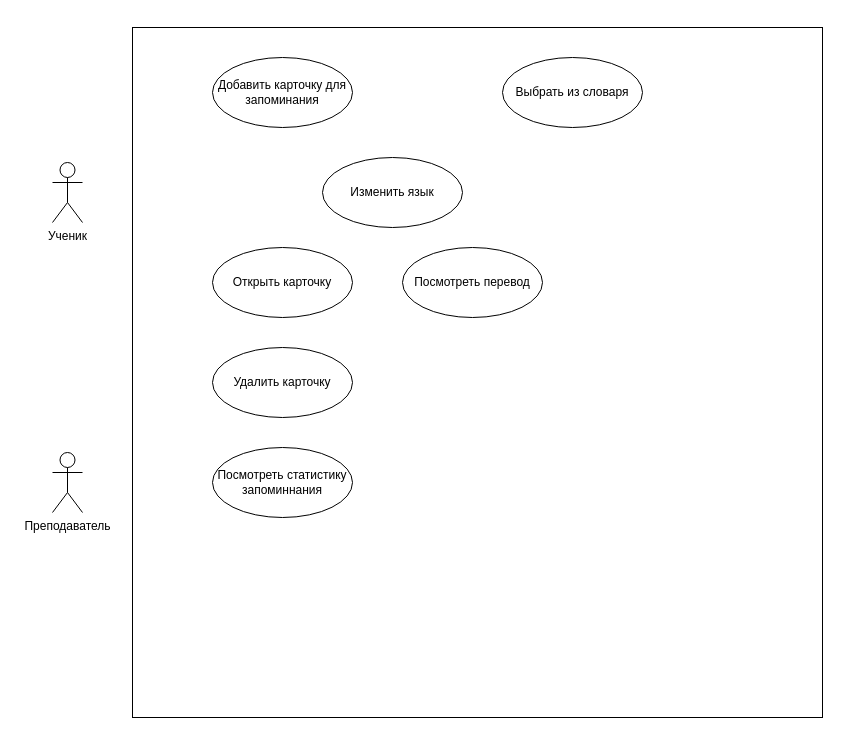
This is ДP_2.drawio from AsyaAleksandrova/Analytic, a draw.io file, before an edit. Source tidied: cells renumbered, new cells numbered last; positions are measured from the earlier drawing's top-left corner, leaving out a move shared by most shapes. Both pictures are drawn from the tidied source at 100%, with x=0, y=0 at pixel (52, 27).
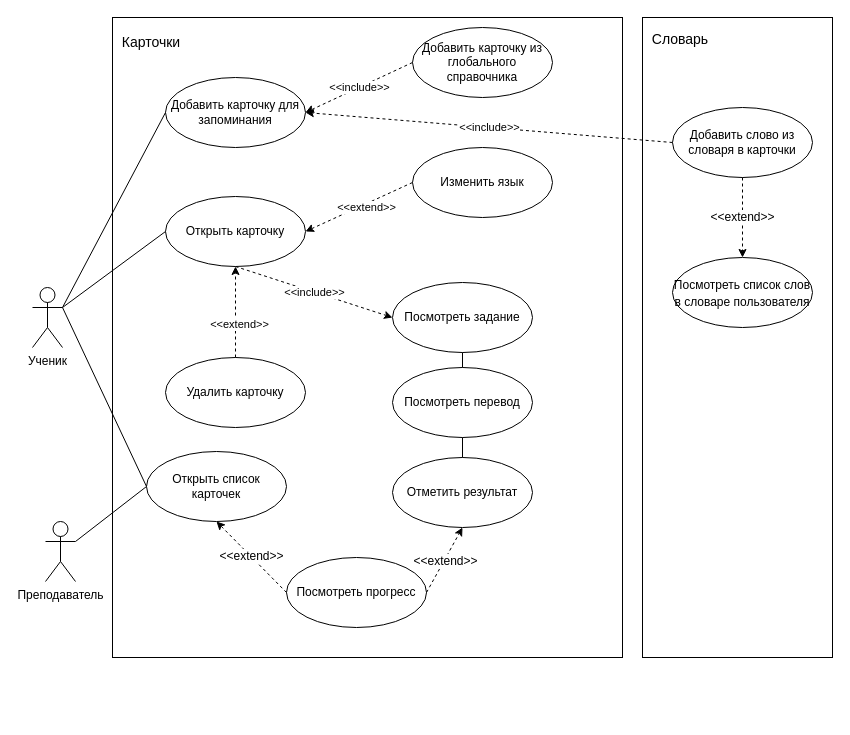
Above is the later version.

Diff of the diagram source:
```diff
@@
-    <mxCell id="2" style="whiteSpace=wrap;html=1;" parent="1" vertex="1">
-      <mxGeometry x="80" width="690" height="690" as="geometry" />
-    </mxCell>
+    <mxCell id="12" value="&lt;p style=&quot;line-height: 1;&quot;&gt;&lt;font style=&quot;font-size: 14px;&quot;&gt;&amp;nbsp; Словарь&lt;br&gt;&lt;br&gt;&lt;br&gt;&lt;br&gt;&lt;br&gt;&lt;br&gt;&lt;/font&gt;&lt;br&gt;&lt;br&gt;&lt;br&gt;&lt;br&gt;&lt;br&gt;&lt;br&gt;&lt;br&gt;&lt;br&gt;&lt;br&gt;&lt;br&gt;&lt;br&gt;&lt;br&gt;&lt;br&gt;&lt;br&gt;&lt;br&gt;&lt;br&gt;&lt;br&gt;&lt;br&gt;&lt;br&gt;&lt;br&gt;&lt;br&gt;&lt;br&gt;&lt;br&gt;&lt;br&gt;&lt;br&gt;&lt;br&gt;&lt;br&gt;&lt;br&gt;&lt;br&gt;&lt;br&gt;&lt;br&gt;&lt;br&gt;&lt;br&gt;&lt;br&gt;&lt;br&gt;&lt;br&gt;&lt;br&gt;&lt;br&gt;&lt;br&gt;&lt;br&gt;&lt;br&gt;&lt;br&gt;&lt;br&gt;&lt;br&gt;&lt;/p&gt;" style="rounded=0;whiteSpace=wrap;html=1;align=left;" parent="1" vertex="1">
+      <mxGeometry x="590" y="-10" width="190" height="640" as="geometry" />
+    </mxCell>
+    <mxCell id="13" value="&lt;div style=&quot;&quot;&gt;&lt;span style=&quot;font-size: 14px; background-color: initial;&quot;&gt;&amp;nbsp; Карточки&lt;/span&gt;&lt;/div&gt;&lt;br&gt;&lt;br&gt;&lt;br&gt;&lt;br&gt;&lt;br&gt;&lt;br&gt;&lt;br&gt;&lt;br&gt;&lt;br&gt;&lt;br&gt;&lt;br&gt;&lt;br&gt;&lt;br&gt;&lt;br&gt;&lt;br&gt;&lt;br&gt;&lt;br&gt;&lt;br&gt;&lt;br&gt;&lt;br&gt;&lt;br&gt;&lt;br&gt;&lt;br&gt;&lt;br&gt;&lt;br&gt;&lt;br&gt;&lt;br&gt;&lt;br&gt;&lt;br&gt;&lt;br&gt;&lt;br&gt;&lt;br&gt;&lt;br&gt;&lt;br&gt;&lt;br&gt;&lt;br&gt;&lt;br&gt;&lt;br&gt;&lt;br&gt;&lt;br&gt;&lt;br&gt;" style="rounded=0;whiteSpace=wrap;html=1;align=left;" parent="1" vertex="1">
+      <mxGeometry x="60" y="-10" width="510" height="640" as="geometry" />
+    </mxCell>
     <mxCell id="3" value="Ученик" style="shape=umlActor;verticalLabelPosition=bottom;verticalAlign=top;html=1;" parent="1" vertex="1">
-      <mxGeometry y="135" width="30" height="60" as="geometry" />
+      <mxGeometry x="-20" y="260" width="30" height="60" as="geometry" />
     </mxCell>
     <mxCell id="4" value="Добавить карточку для запоминания" style="ellipse;whiteSpace=wrap;html=1;" parent="1" vertex="1">
-      <mxGeometry x="160" y="30" width="140" height="70" as="geometry" />
+      <mxGeometry x="113" y="50" width="140" height="70" as="geometry" />
     </mxCell>
     <mxCell id="5" value="Открыть карточку" style="ellipse;whiteSpace=wrap;html=1;" parent="1" vertex="1">
-      <mxGeometry x="160" y="220" width="140" height="70" as="geometry" />
+      <mxGeometry x="113" y="169" width="140" height="70" as="geometry" />
     </mxCell>
     <mxCell id="6" value="Посмотреть перевод" style="ellipse;whiteSpace=wrap;html=1;" parent="1" vertex="1">
-      <mxGeometry x="350" y="220" width="140" height="70" as="geometry" />
+      <mxGeometry x="340" y="340" width="140" height="70" as="geometry" />
     </mxCell>
     <mxCell id="7" value="Изменить язык" style="ellipse;whiteSpace=wrap;html=1;" parent="1" vertex="1">
-      <mxGeometry x="270" y="130" width="140" height="70" as="geometry" />
+      <mxGeometry x="360" y="120" width="140" height="70" as="geometry" />
     </mxCell>
-    <mxCell id="8" value="Выбрать из словаря" style="ellipse;whiteSpace=wrap;html=1;" parent="1" vertex="1">
-      <mxGeometry x="450" y="30" width="140" height="70" as="geometry" />
+    <mxCell id="8" value="Добавить слово из словаря в карточки" style="ellipse;whiteSpace=wrap;html=1;" parent="1" vertex="1">
+      <mxGeometry x="620" y="80" width="140" height="70" as="geometry" />
     </mxCell>
     <mxCell id="9" value="Удалить карточку" style="ellipse;whiteSpace=wrap;html=1;" parent="1" vertex="1">
-      <mxGeometry x="160" y="320" width="140" height="70" as="geometry" />
+      <mxGeometry x="113" y="330" width="140" height="70" as="geometry" />
     </mxCell>
-    <mxCell id="10" value="Посмотреть статистику запоминнания" style="ellipse;whiteSpace=wrap;html=1;" parent="1" vertex="1">
-      <mxGeometry x="160" y="420" width="140" height="70" as="geometry" />
+    <mxCell id="10" value="Посмотреть прогресс" style="ellipse;whiteSpace=wrap;html=1;" parent="1" vertex="1">
+      <mxGeometry x="234" y="530" width="140" height="70" as="geometry" />
     </mxCell>
     <mxCell id="11" value="Преподаватель" style="shape=umlActor;verticalLabelPosition=bottom;verticalAlign=top;html=1;" parent="1" vertex="1">
-      <mxGeometry y="425" width="30" height="60" as="geometry" />
+      <mxGeometry x="-7" y="494" width="30" height="60" as="geometry" />
     </mxCell>
+    <mxCell id="14" style="endArrow=none;html=1;rounded=0;entryX=0;entryY=0.5;entryDx=0;entryDy=0;exitX=1;exitY=0.3333333333333333;exitDx=0;exitDy=0;exitPerimeter=0;" parent="1" edge="1" source="3" target="4">
+      <mxGeometry relative="1" as="geometry" />
+    </mxCell>
+    <mxCell id="15" style="endArrow=none;html=1;rounded=0;entryX=1;entryY=0.3333333333333333;entryDx=0;entryDy=0;entryPerimeter=0;exitX=0;exitY=0.5;exitDx=0;exitDy=0;" parent="1" edge="1" source="5" target="3">
+      <mxGeometry relative="1" as="geometry" />
+    </mxCell>
+    <mxCell id="16" style="endArrow=none;html=1;rounded=0;exitX=1;exitY=0.3333333333333333;exitDx=0;exitDy=0;exitPerimeter=0;entryX=0;entryY=0.5;entryDx=0;entryDy=0;" parent="1" edge="1" source="11" target="31">
+      <mxGeometry relative="1" as="geometry" />
+    </mxCell>
+    <mxCell id="17" value="Отметить результат" style="ellipse;whiteSpace=wrap;html=1;" parent="1" vertex="1">
+      <mxGeometry x="340" y="430" width="140" height="70" as="geometry" />
+    </mxCell>
+    <mxCell id="18" value="&amp;lt;&amp;lt;include&amp;gt;&amp;gt;" style="endArrow=classic;html=1;rounded=0;dashed=1;entryX=1;entryY=0.5;entryDx=0;entryDy=0;exitX=0;exitY=0.5;exitDx=0;exitDy=0;" parent="1" edge="1" source="8" target="4">
+      <mxGeometry relative="1" as="geometry" />
+    </mxCell>
+    <mxCell id="19" value="Посмотреть задание" style="ellipse;whiteSpace=wrap;html=1;" parent="1" vertex="1">
+      <mxGeometry x="340" y="255" width="140" height="70" as="geometry" />
+    </mxCell>
+    <mxCell id="20" style="endArrow=classic;html=1;rounded=0;dashed=1;entryX=1;entryY=0.5;entryDx=0;entryDy=0;exitX=0;exitY=0.5;exitDx=0;exitDy=0;" parent="1" edge="1" source="7" target="5">
+      <mxGeometry relative="1" as="geometry" />
+    </mxCell>
+    <mxCell id="21" value="&amp;lt;&amp;lt;extend&amp;gt;&amp;gt;" style="edgeLabel;html=1;align=center;verticalAlign=middle;" parent="20" vertex="1">
+      <mxGeometry x="-0.12" y="3" relative="1" as="geometry" />
+    </mxCell>
+    <mxCell id="22" value="&amp;lt;&amp;lt;include&amp;gt;&amp;gt;" style="endArrow=classic;html=1;rounded=0;dashed=1;entryX=0;entryY=0.5;entryDx=0;entryDy=0;exitX=0.5;exitY=1;exitDx=0;exitDy=0;" parent="1" edge="1" source="5" target="19">
+      <mxGeometry relative="1" as="geometry" />
+    </mxCell>
+    <mxCell id="23" style="endArrow=none;html=1;rounded=0;exitX=0.5;exitY=1;exitDx=0;exitDy=0;entryX=0.5;entryY=0;entryDx=0;entryDy=0;" parent="1" edge="1" source="19" target="6">
+      <mxGeometry relative="1" as="geometry" />
+    </mxCell>
+    <mxCell id="24" style="endArrow=none;html=1;rounded=0;entryX=0.5;entryY=0;entryDx=0;entryDy=0;exitX=0.5;exitY=1;exitDx=0;exitDy=0;" parent="1" edge="1" source="6" target="17">
+      <mxGeometry relative="1" as="geometry" />
+    </mxCell>
+    <mxCell id="25" style="endArrow=classic;html=1;rounded=0;entryX=0.5;entryY=1;entryDx=0;entryDy=0;exitX=0.5;exitY=0;exitDx=0;exitDy=0;dashed=1;" parent="1" edge="1" source="9" target="5">
+      <mxGeometry relative="1" as="geometry" />
+    </mxCell>
+    <mxCell id="26" value="&amp;lt;&amp;lt;extend&amp;gt;&amp;gt;" style="edgeLabel;html=1;align=center;verticalAlign=middle;" parent="25" vertex="1">
+      <mxGeometry x="-0.26" y="-3" relative="1" as="geometry" />
+    </mxCell>
+    <mxCell id="27" value="Добавить карточку из глобального справочника" style="ellipse;whiteSpace=wrap;html=1;" parent="1" vertex="1">
+      <mxGeometry x="360" width="140" height="70" as="geometry" />
+    </mxCell>
+    <mxCell id="28" value="&amp;lt;&amp;lt;include&amp;gt;&amp;gt;" style="endArrow=classic;html=1;rounded=0;entryX=1;entryY=0.5;entryDx=0;entryDy=0;exitX=0;exitY=0.5;exitDx=0;exitDy=0;dashed=1;" parent="1" edge="1" source="27" target="4">
+      <mxGeometry relative="1" as="geometry" />
+    </mxCell>
+    <mxCell id="29" value="&lt;font style=&quot;font-size: 12px;&quot;&gt;Посмотреть список слов в словаре пользователя&lt;/font&gt;" style="ellipse;whiteSpace=wrap;html=1;fontSize=14;" parent="1" vertex="1">
+      <mxGeometry x="620" y="230" width="140" height="70" as="geometry" />
+    </mxCell>
+    <mxCell id="30" value="&amp;lt;&amp;lt;extend&amp;gt;&amp;gt;" style="endArrow=classic;html=1;rounded=0;dashed=1;fontSize=12;entryX=0.5;entryY=0;entryDx=0;entryDy=0;exitX=0.5;exitY=1;exitDx=0;exitDy=0;" parent="1" edge="1" source="8" target="29">
+      <mxGeometry relative="1" as="geometry" />
+    </mxCell>
+    <mxCell id="31" value="Открыть список карточек" style="ellipse;whiteSpace=wrap;html=1;fontSize=12;" parent="1" vertex="1">
+      <mxGeometry x="94" y="424" width="140" height="70" as="geometry" />
+    </mxCell>
+    <mxCell id="32" style="endArrow=none;html=1;rounded=0;fontSize=12;entryX=1;entryY=0.3333333333333333;entryDx=0;entryDy=0;entryPerimeter=0;exitX=0;exitY=0.5;exitDx=0;exitDy=0;" parent="1" edge="1" source="31" target="3">
+      <mxGeometry relative="1" as="geometry" />
+    </mxCell>
+    <mxCell id="33" value="&amp;lt;&amp;lt;extend&amp;gt;&amp;gt;" style="endArrow=classic;html=1;rounded=0;fontSize=12;exitX=0;exitY=0.5;exitDx=0;exitDy=0;entryX=0.5;entryY=1;entryDx=0;entryDy=0;dashed=1;" parent="1" edge="1" source="10" target="31">
+      <mxGeometry relative="1" as="geometry" />
+    </mxCell>
+    <mxCell id="34" style="endArrow=classic;html=1;rounded=0;dashed=1;fontSize=12;exitX=1;exitY=0.5;exitDx=0;exitDy=0;entryX=0.5;entryY=1;entryDx=0;entryDy=0;" parent="1" edge="1" source="10" target="17">
+      <mxGeometry relative="1" as="geometry" />
+    </mxCell>
+    <mxCell id="35" value="&amp;lt;&amp;lt;extend&amp;gt;&amp;gt;" style="edgeLabel;html=1;align=center;verticalAlign=middle;fontSize=12;" parent="34" vertex="1">
+      <mxGeometry x="-0.01" y="-1" relative="1" as="geometry" />
+    </mxCell>
```
